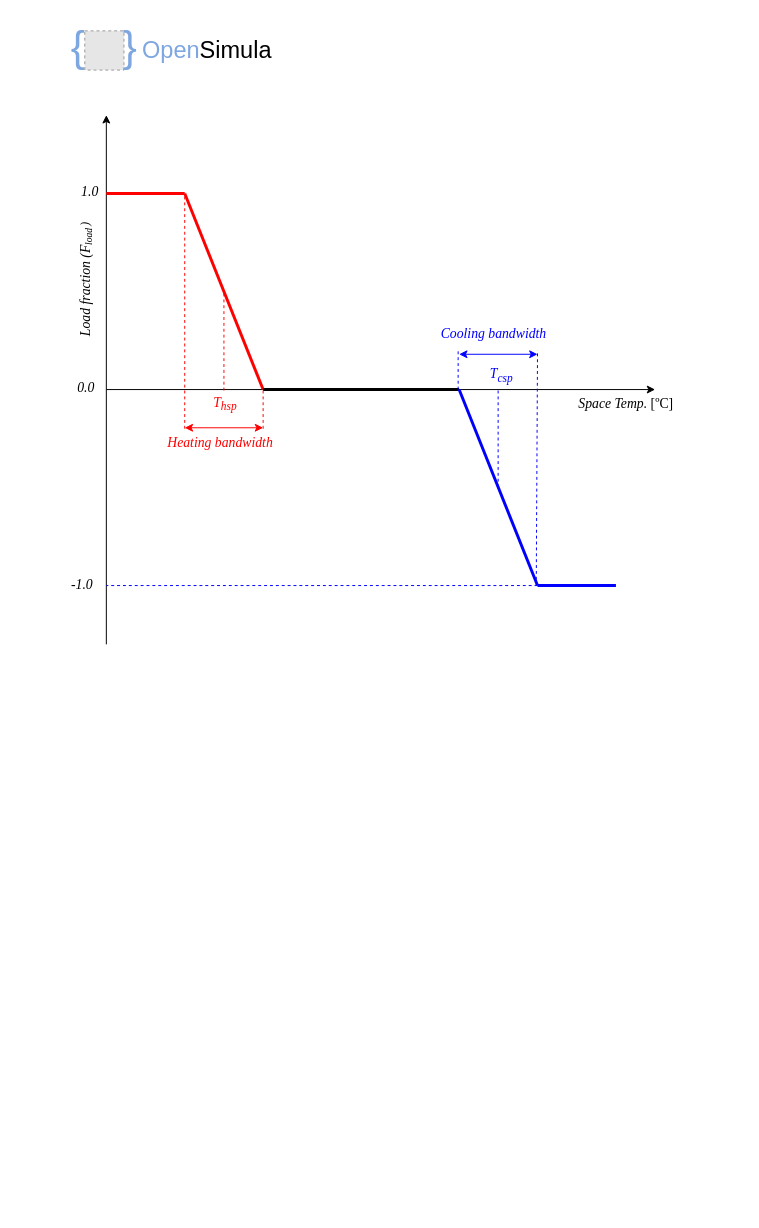
The draw.io diagram docs/draws/HVAC_draws.drawio in jfCoronel/OpenSimula, before the edit. Source tidied: cells renumbered, new cells numbered last; positions are measured from the earlier drawing's top-left corner, leaving out a move shared by most shapes. Both pictures are drawn from the tidied source at 98%, with x=0, y=0 at pixel (19, 17). Pictures stored in the file or linked from it are replaced by grey dashed boxes.
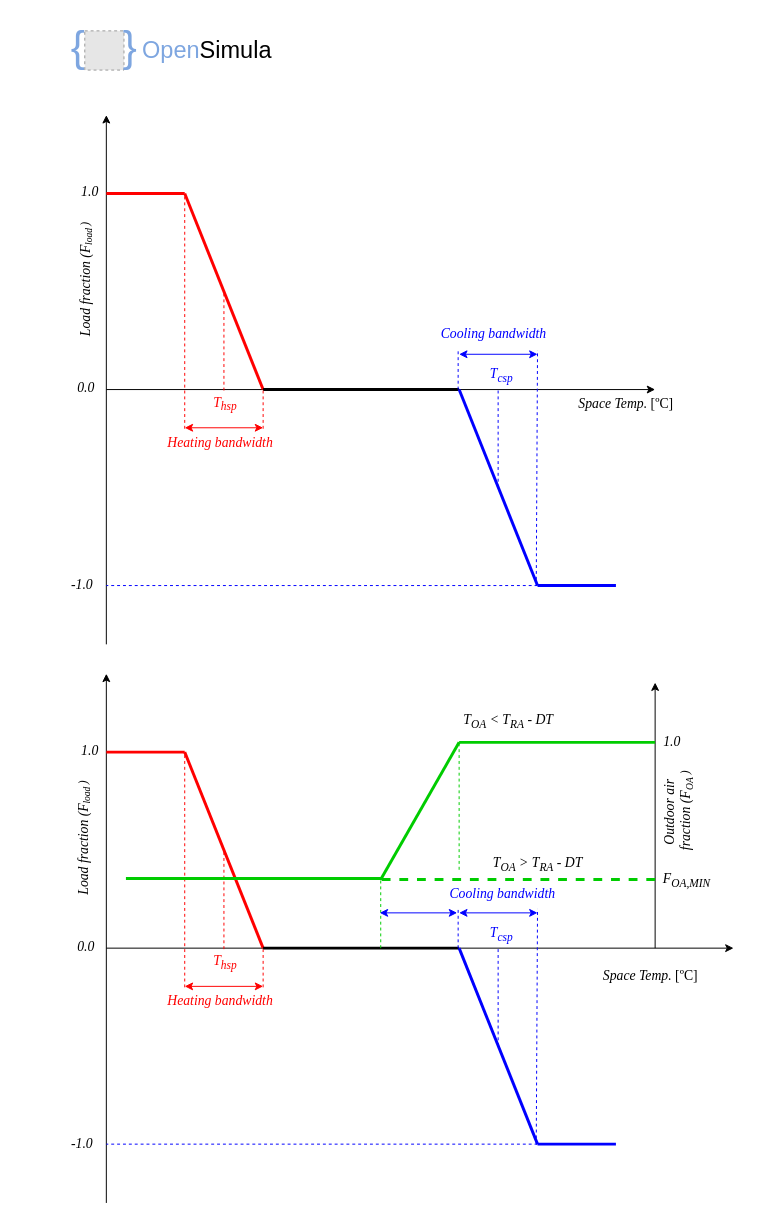
Above is the later version.

What changed in the source:
```diff
@@
+    <mxCell id="31" style="endArrow=classic;html=1;rounded=0;" parent="1" edge="1">
+      <mxGeometry relative="1" as="geometry">
+        <mxPoint x="89" y="950" as="sourcePoint" />
+        <mxPoint x="729" y="950" as="targetPoint" />
+      </mxGeometry>
+    </mxCell>
+    <mxCell id="32" style="endArrow=classic;html=1;rounded=0;" parent="1" edge="1">
+      <mxGeometry relative="1" as="geometry">
+        <mxPoint x="89" y="1210" as="sourcePoint" />
+        <mxPoint x="89" y="670" as="targetPoint" />
+      </mxGeometry>
+    </mxCell>
+    <mxCell id="33" style="endArrow=none;dashed=1;html=1;rounded=0;strokeColor=#0000FF;" parent="1" edge="1">
+      <mxGeometry relative="1" as="geometry">
+        <mxPoint x="488.8" y="1050" as="sourcePoint" />
+        <mxPoint x="488.8" y="950" as="targetPoint" />
+      </mxGeometry>
+    </mxCell>
+    <mxCell id="34" style="endArrow=none;dashed=1;html=1;rounded=0;strokeColor=#0000FF;exitX=0.836;exitY=0.003;exitDx=0;exitDy=0;exitPerimeter=0;" parent="1" edge="1">
+      <mxGeometry relative="1" as="geometry">
+        <mxPoint x="527.7" y="1150.1" as="sourcePoint" />
+        <mxPoint x="529" y="910" as="targetPoint" />
+      </mxGeometry>
+    </mxCell>
+    <mxCell id="35" style="endArrow=none;dashed=1;html=1;rounded=0;strokeColor=#FF0000;" parent="1" edge="1">
+      <mxGeometry relative="1" as="geometry">
+        <mxPoint x="209" y="951" as="sourcePoint" />
+        <mxPoint x="209" y="850" as="targetPoint" />
+      </mxGeometry>
+    </mxCell>
+    <mxCell id="36" style="endArrow=none;dashed=1;html=1;rounded=0;strokeColor=#FF0000;" parent="1" edge="1">
+      <mxGeometry relative="1" as="geometry">
+        <mxPoint x="169" y="990" as="sourcePoint" />
+        <mxPoint x="169" y="751" as="targetPoint" />
+      </mxGeometry>
+    </mxCell>
+    <mxCell id="37" style="endArrow=none;html=1;rounded=0;strokeWidth=3;strokeColor=#FF0000;" parent="1" edge="1">
+      <mxGeometry relative="1" as="geometry">
+        <mxPoint x="89" y="750" as="sourcePoint" />
+        <mxPoint x="169" y="750" as="targetPoint" />
+      </mxGeometry>
+    </mxCell>
+    <mxCell id="38" style="endArrow=none;html=1;rounded=0;strokeWidth=3;strokeColor=#FF0000;" parent="1" edge="1">
+      <mxGeometry relative="1" as="geometry">
+        <mxPoint x="169" y="750" as="sourcePoint" />
+        <mxPoint x="249" y="950" as="targetPoint" />
+      </mxGeometry>
+    </mxCell>
+    <mxCell id="39" style="endArrow=none;html=1;rounded=0;strokeWidth=3;" parent="1" edge="1">
+      <mxGeometry relative="1" as="geometry">
+        <mxPoint x="449" y="950" as="sourcePoint" />
+        <mxPoint x="249" y="950" as="targetPoint" />
+      </mxGeometry>
+    </mxCell>
+    <mxCell id="40" style="endArrow=none;html=1;rounded=0;strokeWidth=3;strokeColor=#0000FF;" parent="1" edge="1">
+      <mxGeometry relative="1" as="geometry">
+        <mxPoint x="529" y="1150" as="sourcePoint" />
+        <mxPoint x="449" y="950" as="targetPoint" />
+      </mxGeometry>
+    </mxCell>
+    <mxCell id="41" style="endArrow=none;html=1;rounded=0;strokeWidth=3;strokeColor=#0000FF;" parent="1" edge="1">
+      <mxGeometry relative="1" as="geometry">
+        <mxPoint x="529" y="1150" as="sourcePoint" />
+        <mxPoint x="609" y="1150" as="targetPoint" />
+      </mxGeometry>
+    </mxCell>
+    <mxCell id="42" value="&lt;font face=&quot;Times New Roman&quot; style=&quot;font-size: 14px;&quot;&gt;&lt;i style=&quot;&quot;&gt;T&lt;sub style=&quot;&quot;&gt;csp&lt;/sub&gt;&lt;/i&gt;&lt;/font&gt;" style="text;html=1;align=center;verticalAlign=middle;strokeColor=none;fillColor=none;fontColor=#0000FF;" parent="1" vertex="1">
+      <mxGeometry x="467" y="921" width="50" height="30" as="geometry" />
+    </mxCell>
+    <mxCell id="43" value="&lt;font face=&quot;Times New Roman&quot;&gt;&lt;span style=&quot;font-size: 14px;&quot;&gt;&lt;i&gt;Space Temp. &lt;/i&gt;[ºC]&lt;/span&gt;&lt;/font&gt;" style="text;html=1;align=center;verticalAlign=middle;strokeColor=none;fillColor=none;" parent="1" vertex="1">
+      <mxGeometry x="584" y="964" width="120" height="30" as="geometry" />
+    </mxCell>
+    <mxCell id="44" value="&lt;font style=&quot;font-size: 14px;&quot; face=&quot;Times New Roman&quot;&gt;&lt;i style=&quot;&quot;&gt;T&lt;sub style=&quot;&quot;&gt;hsp&lt;/sub&gt;&lt;/i&gt;&lt;/font&gt;" style="text;html=1;align=center;verticalAlign=middle;strokeColor=none;fillColor=none;fontColor=#FF0000;" parent="1" vertex="1">
+      <mxGeometry x="185" y="950" width="50" height="30" as="geometry" />
+    </mxCell>
+    <mxCell id="45" style="endArrow=classic;startArrow=classic;html=1;rounded=0;fontColor=#FF0000;strokeColor=#FF0000;" parent="1" edge="1">
+      <mxGeometry relative="1" as="geometry">
+        <mxPoint x="169" y="989" as="sourcePoint" />
+        <mxPoint x="249" y="989" as="targetPoint" />
+      </mxGeometry>
+    </mxCell>
+    <mxCell id="46" style="endArrow=none;dashed=1;html=1;rounded=0;strokeColor=#FF0000;" parent="1" edge="1">
+      <mxGeometry relative="1" as="geometry">
+        <mxPoint x="249" y="990" as="sourcePoint" />
+        <mxPoint x="249" y="950" as="targetPoint" />
+      </mxGeometry>
+    </mxCell>
+    <mxCell id="47" value="&lt;font face=&quot;Times New Roman&quot;&gt;&lt;span style=&quot;font-size: 14px;&quot;&gt;&lt;i&gt;Heating bandwidth&lt;/i&gt;&lt;/span&gt;&lt;/font&gt;" style="text;html=1;align=center;verticalAlign=middle;strokeColor=none;fillColor=none;fontColor=#FF0000;" parent="1" vertex="1">
+      <mxGeometry x="140" y="990" width="130" height="30" as="geometry" />
+    </mxCell>
+    <mxCell id="48" style="endArrow=classic;startArrow=classic;html=1;rounded=0;fontColor=#0000FF;strokeColor=#0000FF;" parent="1" edge="1">
+      <mxGeometry relative="1" as="geometry">
+        <mxPoint x="449" y="914" as="sourcePoint" />
+        <mxPoint x="529" y="914" as="targetPoint" />
+      </mxGeometry>
+    </mxCell>
+    <mxCell id="49" value="&lt;font face=&quot;Times New Roman&quot;&gt;&lt;span style=&quot;font-size: 14px;&quot;&gt;&lt;i&gt;Cooling bandwidth&lt;/i&gt;&lt;/span&gt;&lt;/font&gt;" style="text;html=1;align=center;verticalAlign=middle;strokeColor=none;fillColor=none;fontColor=#0000FF;" parent="1" vertex="1">
+      <mxGeometry x="428" y="880" width="130" height="30" as="geometry" />
+    </mxCell>
+    <mxCell id="50" style="endArrow=none;dashed=1;html=1;rounded=0;strokeColor=#0000FF;" parent="1" edge="1">
+      <mxGeometry relative="1" as="geometry">
+        <mxPoint x="448" y="950" as="sourcePoint" />
+        <mxPoint x="448" y="910" as="targetPoint" />
+      </mxGeometry>
+    </mxCell>
+    <mxCell id="51" value="&lt;font face=&quot;Times New Roman&quot;&gt;&lt;span style=&quot;font-size: 14px;&quot;&gt;&lt;i&gt;1.0&lt;/i&gt;&lt;/span&gt;&lt;/font&gt;" style="text;html=1;align=center;verticalAlign=middle;strokeColor=none;fillColor=none;" parent="1" vertex="1">
+      <mxGeometry x="52" y="734" width="40" height="30" as="geometry" />
+    </mxCell>
+    <mxCell id="52" value="&lt;font face=&quot;Times New Roman&quot;&gt;&lt;span style=&quot;font-size: 14px;&quot;&gt;&lt;i&gt;0.0&lt;/i&gt;&lt;/span&gt;&lt;/font&gt;" style="text;html=1;align=center;verticalAlign=middle;strokeColor=none;fillColor=none;" parent="1" vertex="1">
+      <mxGeometry x="48" y="934" width="40" height="30" as="geometry" />
+    </mxCell>
+    <mxCell id="53" value="&lt;font face=&quot;Times New Roman&quot;&gt;&lt;span style=&quot;font-size: 14px;&quot;&gt;&lt;i&gt;-1.0&lt;/i&gt;&lt;/span&gt;&lt;/font&gt;" style="text;html=1;align=center;verticalAlign=middle;points=[];strokeColor=none;fillColor=none;" parent="1" vertex="1">
+      <mxGeometry x="39" y="1135" width="50" height="30" as="geometry" />
+    </mxCell>
+    <mxCell id="54" style="endArrow=none;dashed=1;html=1;rounded=0;strokeColor=#0000FF;" parent="1" edge="1" target="53">
+      <mxGeometry relative="1" as="geometry">
+        <mxPoint x="529" y="1150" as="sourcePoint" />
+      </mxGeometry>
+    </mxCell>
+    <mxCell id="55" value="&lt;font face=&quot;Times New Roman&quot;&gt;&lt;i style=&quot;&quot;&gt;&lt;span style=&quot;font-size: 14px;&quot;&gt;Load fraction (F&lt;/span&gt;&lt;span style=&quot;font-size: 11.6667px;&quot;&gt;&lt;sub&gt;load&amp;nbsp;&lt;/sub&gt;)&lt;/span&gt;&lt;/i&gt;&lt;/font&gt;" style="text;html=1;align=center;verticalAlign=middle;strokeColor=none;fillColor=none;textDirection=vertical-lr;rotation=-180;" parent="1" vertex="1">
+      <mxGeometry x="-2" y="810" width="140" height="30" as="geometry" />
+    </mxCell>
+    <mxCell id="56" style="endArrow=classic;html=1;rounded=0;" parent="1" edge="1">
+      <mxGeometry relative="1" as="geometry">
+        <mxPoint x="649" y="950" as="sourcePoint" />
+        <mxPoint x="649" y="679" as="targetPoint" />
+      </mxGeometry>
+    </mxCell>
+    <mxCell id="57" value="&lt;font face=&quot;Times New Roman&quot;&gt;&lt;i style=&quot;&quot;&gt;&lt;span style=&quot;font-size: 14px;&quot;&gt;Outdoor air&lt;/span&gt;&lt;/i&gt;&lt;/font&gt;&lt;div&gt;&lt;font face=&quot;Times New Roman&quot;&gt;&lt;i style=&quot;&quot;&gt;&lt;span style=&quot;font-size: 14px;&quot;&gt;&amp;nbsp;fraction (F&lt;/span&gt;&lt;span style=&quot;font-size: 11.6667px;&quot;&gt;&lt;sub&gt;OA&lt;/sub&gt;&amp;nbsp;)&lt;/span&gt;&lt;/i&gt;&lt;/font&gt;&lt;/div&gt;" style="text;html=1;align=center;verticalAlign=middle;strokeColor=none;fillColor=none;textDirection=vertical-rl;rotation=-180;" parent="1" vertex="1">
+      <mxGeometry x="619" y="764" width="110" height="50" as="geometry" />
+    </mxCell>
+    <mxCell id="58" style="endArrow=none;html=1;rounded=0;strokeWidth=3;strokeColor=#00CC00;" parent="1" edge="1">
+      <mxGeometry relative="1" as="geometry">
+        <mxPoint x="449" y="740" as="sourcePoint" />
+        <mxPoint x="649" y="740" as="targetPoint" />
+      </mxGeometry>
+    </mxCell>
+    <mxCell id="59" style="endArrow=none;html=1;rounded=0;strokeWidth=3;strokeColor=#00CC00;" parent="1" edge="1">
+      <mxGeometry relative="1" as="geometry">
+        <mxPoint x="369" y="880" as="sourcePoint" />
+        <mxPoint x="449" y="740" as="targetPoint" />
+      </mxGeometry>
+    </mxCell>
+    <mxCell id="60" style="endArrow=none;dashed=1;html=1;rounded=0;strokeColor=#00CC00;" parent="1" edge="1">
+      <mxGeometry relative="1" as="geometry">
+        <mxPoint x="369" y="950" as="sourcePoint" />
+        <mxPoint x="369" y="880" as="targetPoint" />
+      </mxGeometry>
+    </mxCell>
+    <mxCell id="61" style="endArrow=none;dashed=1;html=1;rounded=0;strokeColor=#00CC00;" parent="1" edge="1">
+      <mxGeometry relative="1" as="geometry">
+        <mxPoint x="449" y="870" as="sourcePoint" />
+        <mxPoint x="449" y="740" as="targetPoint" />
+      </mxGeometry>
+    </mxCell>
+    <mxCell id="62" style="endArrow=none;dashed=1;html=1;rounded=0;strokeColor=#00CC00;strokeWidth=3;" parent="1" edge="1">
+      <mxGeometry relative="1" as="geometry">
+        <mxPoint x="649" y="880" as="sourcePoint" />
+        <mxPoint x="369" y="880" as="targetPoint" />
+      </mxGeometry>
+    </mxCell>
+    <mxCell id="63" style="endArrow=none;html=1;rounded=0;strokeWidth=3;strokeColor=#00CC00;" parent="1" edge="1">
+      <mxGeometry relative="1" as="geometry">
+        <mxPoint x="109" y="879" as="sourcePoint" />
+        <mxPoint x="370" y="879" as="targetPoint" />
+      </mxGeometry>
+    </mxCell>
+    <mxCell id="64" value="&lt;font face=&quot;Times New Roman&quot;&gt;&lt;span style=&quot;font-size: 14px;&quot;&gt;&lt;i&gt;F&lt;sub&gt;OA,MIN&lt;/sub&gt;&lt;/i&gt;&lt;/span&gt;&lt;/font&gt;" style="text;html=1;align=center;verticalAlign=middle;strokeColor=none;fillColor=none;" parent="1" vertex="1">
+      <mxGeometry x="646" y="866" width="70" height="30" as="geometry" />
+    </mxCell>
+    <mxCell id="65" value="&lt;font face=&quot;Times New Roman&quot;&gt;&lt;span style=&quot;font-size: 14px;&quot;&gt;&lt;i&gt;1.0&lt;/i&gt;&lt;/span&gt;&lt;/font&gt;" style="text;html=1;align=center;verticalAlign=middle;strokeColor=none;fillColor=none;" parent="1" vertex="1">
+      <mxGeometry x="646" y="725" width="40" height="30" as="geometry" />
+    </mxCell>
+    <mxCell id="66" style="endArrow=classic;startArrow=classic;html=1;rounded=0;fontColor=#0000FF;strokeColor=#0000FF;" parent="1" edge="1">
+      <mxGeometry relative="1" as="geometry">
+        <mxPoint x="368" y="914" as="sourcePoint" />
+        <mxPoint x="447" y="914" as="targetPoint" />
+      </mxGeometry>
+    </mxCell>
+    <mxCell id="67" value="&lt;font face=&quot;Times New Roman&quot;&gt;&lt;span style=&quot;font-size: 14px;&quot;&gt;&lt;i&gt;T&lt;sub&gt;OA&lt;/sub&gt;&amp;nbsp;&amp;lt; T&lt;sub&gt;RA&lt;/sub&gt;&amp;nbsp;- DT&lt;/i&gt;&lt;/span&gt;&lt;/font&gt;" style="text;html=1;align=center;verticalAlign=middle;strokeColor=none;fillColor=none;" parent="1" vertex="1">
+      <mxGeometry x="444" y="704" width="110" height="30" as="geometry" />
+    </mxCell>
+    <mxCell id="68" value="&lt;font face=&quot;Times New Roman&quot;&gt;&lt;span style=&quot;font-size: 14px;&quot;&gt;&lt;i&gt;T&lt;sub&gt;OA&lt;/sub&gt;&amp;nbsp;&amp;gt; T&lt;sub&gt;RA&lt;/sub&gt;&amp;nbsp;- DT&lt;/i&gt;&lt;/span&gt;&lt;/font&gt;" style="text;html=1;align=center;verticalAlign=middle;strokeColor=none;fillColor=none;" parent="1" vertex="1">
+      <mxGeometry x="474" y="850" width="110" height="30" as="geometry" />
+    </mxCell>
```
